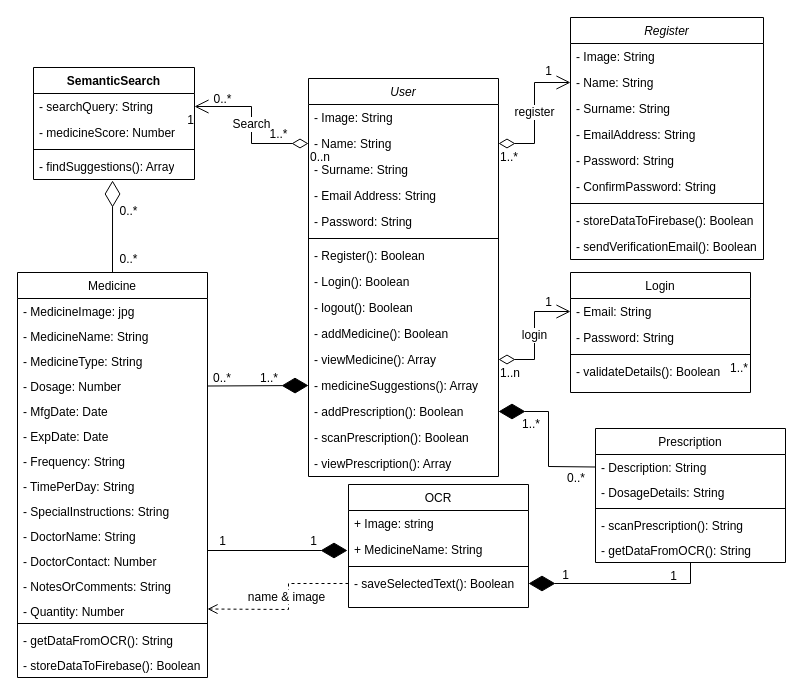
This is Class_Diagram.drawio from SJPatel123/CP-III, a draw.io file, before an edit. Source tidied: cells renumbered, new cells numbered last; positions are measured from the earlier drawing's top-left corner, leaving out a move shared by most shapes. Both pictures are drawn from the tidied source at 100%, with x=0, y=0 at pixel (17, 17).
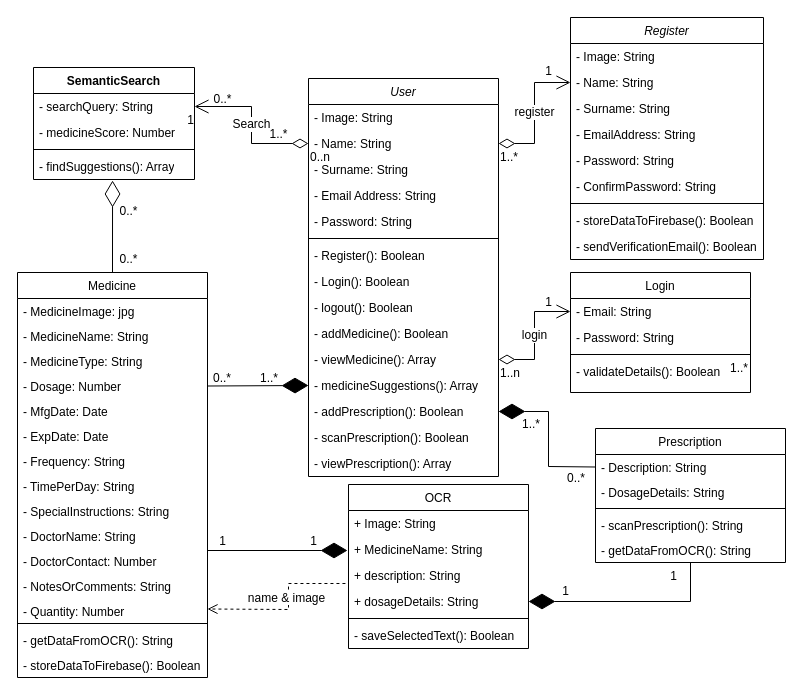
After the change.

The change refers to these unchanged cells:
```xml
<mxCell id="18" value="Prescription" style="swimlane;fontStyle=0;align=center;verticalAlign=top;horizontal=1;startSize=26;rounded=0;shadow=0;strokeWidth=1;" parent="1" vertex="1">
  <mxGeometry x="578" y="411" width="190" height="134" as="geometry" />
</mxCell>
<mxCell id="86" value="- Quantity: Number" style="text;align=left;verticalAlign=top;spacingLeft=4;spacingRight=4;overflow=hidden;points=[[0,0.5],[1,0.5]];portConstraint=eastwest;rounded=0;shadow=0;html=0;" parent="73" vertex="1">
  <mxGeometry y="326" width="190" height="21" as="geometry" />
</mxCell>
```

Diff of the diagram source:
```diff
@@
     <mxCell id="45" value="OCR" style="swimlane;fontStyle=0;align=center;verticalAlign=top;horizontal=1;startSize=26;rounded=0;shadow=0;strokeWidth=1;" parent="1" vertex="1">
-      <mxGeometry x="331" y="467" width="180" height="123" as="geometry" />
+      <mxGeometry x="331" y="467" width="180" height="164" as="geometry" />
     </mxCell>
-    <mxCell id="46" value="+ Image: string" style="text;align=left;verticalAlign=top;spacingLeft=4;spacingRight=4;overflow=hidden;rounded=0;shadow=0;html=0;" parent="45" vertex="1">
+    <mxCell id="46" value="+ Image: String" style="text;align=left;verticalAlign=top;spacingLeft=4;spacingRight=4;overflow=hidden;rounded=0;shadow=0;html=0;" parent="45" vertex="1">
       <mxGeometry y="26" width="180" height="26" as="geometry" />
     </mxCell>
@@
+    <mxCell id="94" value="+ description: String" style="text;align=left;verticalAlign=top;spacingLeft=4;spacingRight=4;overflow=hidden;rounded=0;shadow=0;html=0;" parent="45" vertex="1">
+      <mxGeometry y="78" width="180" height="26" as="geometry" />
+    </mxCell>
+    <mxCell id="95" value="+ dosageDetails: String" style="text;align=left;verticalAlign=top;spacingLeft=4;spacingRight=4;overflow=hidden;points=[[0,0.5],[1,0.5]];portConstraint=eastwest;rounded=0;shadow=0;html=0;" parent="45" vertex="1">
+      <mxGeometry y="104" width="180" height="26" as="geometry" />
+    </mxCell>
     <mxCell id="48" style="line;html=1;strokeWidth=1;align=left;verticalAlign=middle;spacingTop=-1;spacingLeft=3;spacingRight=3;labelPosition=right;" parent="45" vertex="1">
-      <mxGeometry y="78" width="180" height="8" as="geometry" />
+      <mxGeometry y="130" width="180" height="8" as="geometry" />
     </mxCell>
     <mxCell id="49" value="- saveSelectedText(): Boolean" style="text;align=left;verticalAlign=top;spacingLeft=4;spacingRight=4;overflow=hidden;points=[[0,0.5],[1,0.5]];portConstraint=eastwest;" parent="45" vertex="1">
-      <mxGeometry y="86" width="180" height="26" as="geometry" />
+      <mxGeometry y="138" width="180" height="26" as="geometry" />
     </mxCell>
@@
-    <mxCell id="53" value="name &amp;amp; image" style="html=1;verticalAlign=bottom;endArrow=open;dashed=1;endSize=8;curved=0;rounded=0;fontFamily=Helvetica;fontSize=12;fontColor=default;entryX=1;entryY=0.5;entryDx=0;entryDy=0;exitX=0;exitY=0.5;exitDx=0;exitDy=0;" parent="1" edge="1" source="49" target="86">
+    <mxCell id="53" value="name &amp;amp; image" style="html=1;verticalAlign=bottom;endArrow=open;dashed=1;endSize=8;curved=0;rounded=0;fontFamily=Helvetica;fontSize=12;fontColor=default;entryX=1;entryY=0.5;entryDx=0;entryDy=0;exitX=-0.017;exitY=-0.192;exitDx=0;exitDy=0;exitPerimeter=0;" parent="1" edge="1" source="95" target="86">
       <mxGeometry x="-0.01" y="-2" relative="1" as="geometry">
         <Array as="points">
           <mxPoint x="271" y="566" />
           <mxPoint x="271" y="592" />
         </Array>
       </mxGeometry>
     </mxCell>
@@
     <mxCell id="71" value="1" style="text;html=1;align=center;verticalAlign=middle;strokeColor=none;fillColor=none;" parent="1" vertex="1">
-      <mxGeometry x="533" y="543" width="30" height="30" as="geometry" />
+      <mxGeometry x="533" y="559" width="30" height="30" as="geometry" />
     </mxCell>
@@
-    <mxCell id="90" style="endArrow=diamondThin;endFill=1;endSize=24;html=1;rounded=0;entryX=1;entryY=0.5;entryDx=0;entryDy=0;exitX=0.5;exitY=1;exitDx=0;exitDy=0;" parent="1" edge="1" source="18" target="49">
+    <mxCell id="90" style="endArrow=diamondThin;endFill=1;endSize=24;html=1;rounded=0;exitX=0.5;exitY=1;exitDx=0;exitDy=0;entryX=1;entryY=0.5;entryDx=0;entryDy=0;" parent="1" edge="1" source="18" target="95">
       <mxGeometry relative="1" as="geometry">
         <Array as="points">
-          <mxPoint x="673" y="566" />
+          <mxPoint x="673" y="584" />
         </Array>
       </mxGeometry>
     </mxCell>
```
